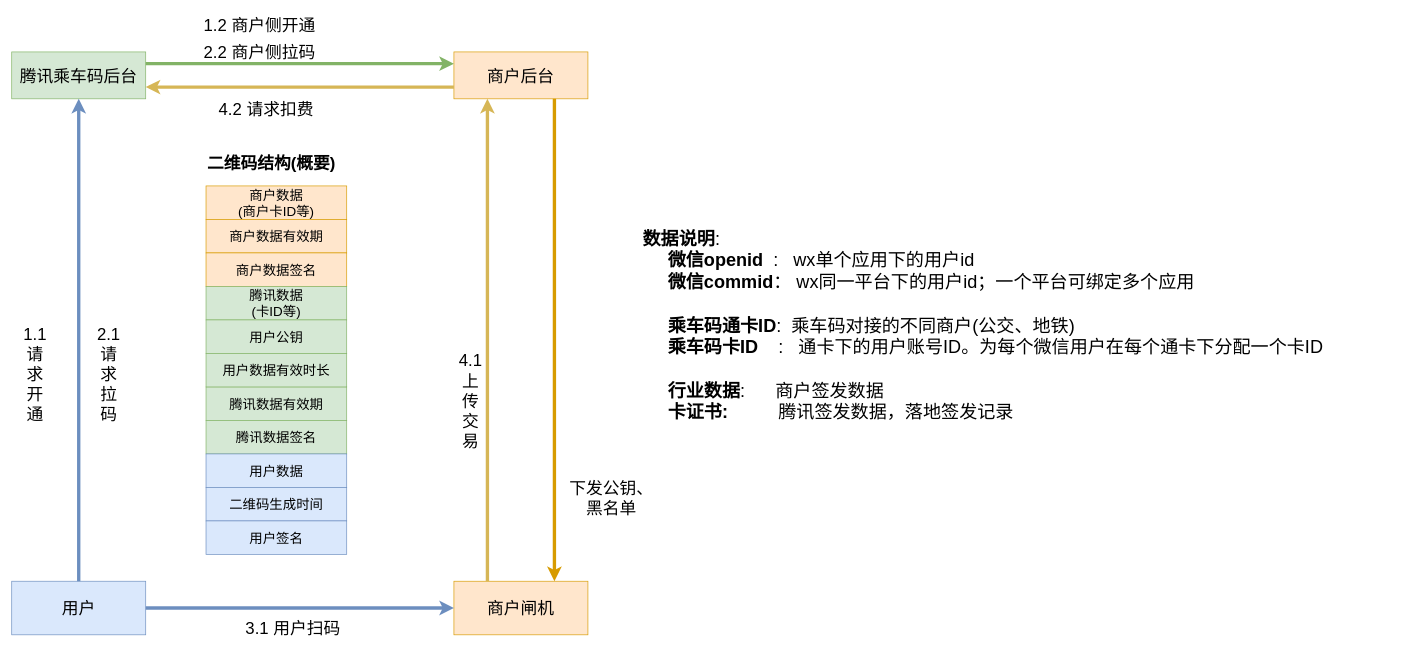
Tiny-VS-Lina/study keeps this draw.io diagram as page "流程说明" (1 of 5) of drawio/ccm.drawio. Above is the earlier version. Source tidied: cells renumbered, new cells numbered last; positions are measured from the earlier drawing's top-left corner, leaving out a move shared by most shapes. Both pictures are drawn from the tidied source at 67%, with x=0, y=0 at pixel (11, 11).
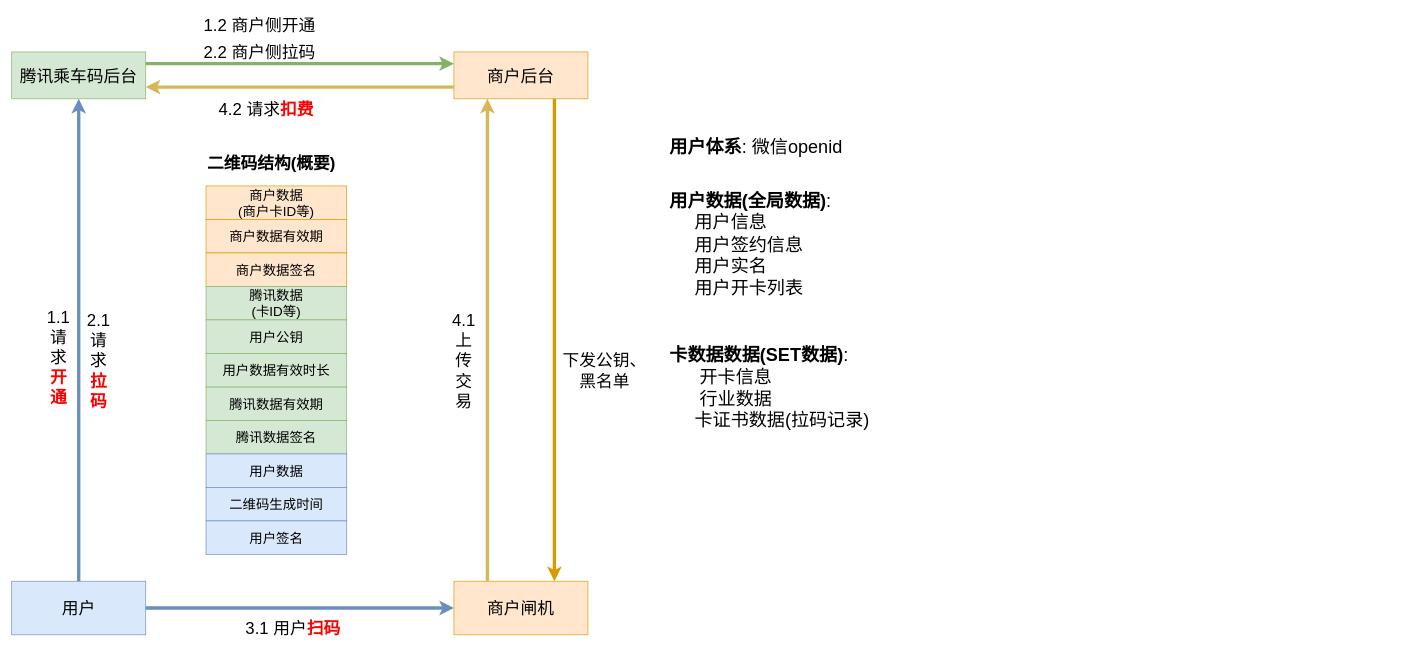
After the change.

The edit, as a diff of the source:
```diff
@@
-    <mxCell id="25" value="1.1请求开通" style="text;html=1;strokeColor=none;fillColor=none;align=center;verticalAlign=middle;whiteSpace=wrap;rounded=0;fontSize=25;" parent="1" vertex="1">
-      <mxGeometry x="10" y="460" width="50" height="160" as="geometry" />
+    <mxCell id="25" value="1.1请&lt;br&gt;求&lt;br&gt;&lt;b&gt;&lt;font color=&quot;#ff0000&quot;&gt;开&lt;br&gt;通&lt;/font&gt;&lt;/b&gt;" style="text;html=1;strokeColor=none;fillColor=none;align=center;verticalAlign=middle;whiteSpace=wrap;rounded=0;fontSize=25;" parent="1" vertex="1">
+      <mxGeometry x="50" y="390" width="40" height="250" as="geometry" />
     </mxCell>
-    <mxCell id="26" value="2.1请求拉码" style="text;html=1;strokeColor=none;fillColor=none;align=center;verticalAlign=middle;whiteSpace=wrap;rounded=0;fontSize=25;" parent="1" vertex="1">
-      <mxGeometry x="120" y="460" width="50" height="160" as="geometry" />
+    <mxCell id="26" value="2.1请&lt;br&gt;求&lt;br&gt;&lt;b&gt;&lt;font color=&quot;#ff0000&quot;&gt;拉&lt;br&gt;码&lt;/font&gt;&lt;/b&gt;" style="text;html=1;strokeColor=none;fillColor=none;align=center;verticalAlign=middle;whiteSpace=wrap;rounded=0;fontSize=25;" parent="1" vertex="1">
+      <mxGeometry x="100" y="390" width="60" height="260" as="geometry" />
     </mxCell>
@@
-    <mxCell id="29" value="3.1 用户扫码" style="text;html=1;strokeColor=none;fillColor=none;align=center;verticalAlign=middle;whiteSpace=wrap;rounded=0;fontSize=25;" parent="1" vertex="1">
+    <mxCell id="29" value="3.1 用户&lt;font color=&quot;#ff0000&quot;&gt;&lt;b&gt;扫码&lt;/b&gt;&lt;/font&gt;" style="text;html=1;strokeColor=none;fillColor=none;align=center;verticalAlign=middle;whiteSpace=wrap;rounded=0;fontSize=25;" parent="1" vertex="1">
       <mxGeometry x="300" y="900" width="240" height="40" as="geometry" />
     </mxCell>
     <mxCell id="30" value="4.1 上传交易" style="text;html=1;strokeColor=none;fillColor=none;align=center;verticalAlign=middle;whiteSpace=wrap;rounded=0;fontSize=25;" parent="1" vertex="1">
-      <mxGeometry x="660" y="490" width="50" height="180" as="geometry" />
+      <mxGeometry x="650" y="430" width="50" height="180" as="geometry" />
     </mxCell>
-    <mxCell id="31" value="4.2 请求扣费" style="text;html=1;strokeColor=none;fillColor=none;align=center;verticalAlign=middle;whiteSpace=wrap;rounded=0;fontSize=25;" parent="1" vertex="1">
+    <mxCell id="31" value="4.2 请求&lt;b&gt;&lt;font color=&quot;#ff0000&quot;&gt;扣费&lt;/font&gt;&lt;/b&gt;" style="text;html=1;strokeColor=none;fillColor=none;align=center;verticalAlign=middle;whiteSpace=wrap;rounded=0;fontSize=25;" parent="1" vertex="1">
       <mxGeometry x="270" y="130" width="220" height="30" as="geometry" />
     </mxCell>
-    <mxCell id="32" value="&lt;font style=&quot;font-size: 27px;&quot;&gt;&lt;b style=&quot;font-size: 27px;&quot;&gt;&lt;font style=&quot;font-size: 27px;&quot;&gt;数据说明&lt;/font&gt;&lt;/b&gt;&lt;span style=&quot;font-size: 27px;&quot;&gt;:&lt;/span&gt;&lt;br style=&quot;font-size: 27px;&quot;&gt;&lt;span style=&quot;font-size: 27px;&quot;&gt;&amp;nbsp; &amp;nbsp; &lt;b style=&quot;font-size: 27px;&quot;&gt;&amp;nbsp;微信openid&lt;/b&gt;&amp;nbsp; :&amp;nbsp; &amp;nbsp;wx单个应用下的用户id&lt;/span&gt;&lt;br style=&quot;font-size: 27px;&quot;&gt;&lt;span style=&quot;font-size: 27px;&quot;&gt;&amp;nbsp; &amp;nbsp; &amp;nbsp;&lt;b style=&quot;font-size: 27px;&quot;&gt;微信commid&lt;/b&gt;： wx同一平台下的用户id；一个平台可绑定多个应用&lt;br style=&quot;font-size: 27px;&quot;&gt;&amp;nbsp;&lt;br&gt;&amp;nbsp; &amp;nbsp; &amp;nbsp;&lt;b style=&quot;font-size: 27px;&quot;&gt;乘车码通卡ID&lt;/b&gt;:&amp;nbsp; 乘车码对接的不同商户(公交、地铁)&lt;br style=&quot;font-size: 27px;&quot;&gt;&amp;nbsp; &amp;nbsp; &amp;nbsp;&lt;b&gt;乘车码卡ID&amp;nbsp; &amp;nbsp;&amp;nbsp;&lt;/b&gt;:&amp;nbsp; &amp;nbsp;通卡下的用户账号ID。为每个微信用户在每个通卡下分配一个卡ID&lt;br&gt;&lt;/span&gt;&lt;br&gt;&amp;nbsp;&amp;nbsp; &amp;nbsp;&amp;nbsp;&lt;b&gt;行业数据&lt;/b&gt;:&amp;nbsp; &amp;nbsp; &amp;nbsp; 商户签发数据&lt;br&gt;&amp;nbsp; &amp;nbsp; &amp;nbsp;&lt;b&gt;卡证书:&amp;nbsp; &amp;nbsp; &amp;nbsp; &amp;nbsp; &amp;nbsp;&lt;/b&gt; 腾讯签发数据，落地签发记录&lt;br style=&quot;font-size: 27px;&quot;&gt;&lt;/font&gt;" style="text;html=1;strokeColor=none;fillColor=none;align=left;verticalAlign=top;whiteSpace=wrap;rounded=0;fontSize=27;spacingTop=0;spacing=2;spacingBottom=10;" parent="1" vertex="1">
-      <mxGeometry x="940" y="316" width="1140" height="324" as="geometry" />
+    <mxCell id="32" value="&lt;font style=&quot;font-size: 27px;&quot;&gt;&lt;b&gt;用户体系&lt;/b&gt;: 微信openid&lt;br style=&quot;font-size: 27px;&quot;&gt;&lt;/font&gt;" style="text;html=1;strokeColor=none;fillColor=none;align=left;verticalAlign=top;whiteSpace=wrap;rounded=0;fontSize=27;spacingTop=0;spacing=2;spacingBottom=10;" parent="1" vertex="1">
+      <mxGeometry x="980" y="180" width="350" height="50" as="geometry" />
     </mxCell>
     <mxCell id="33" value="下发公钥、黑名单" style="text;html=1;strokeColor=none;fillColor=none;align=center;verticalAlign=middle;whiteSpace=wrap;rounded=0;fontSize=25;" parent="1" vertex="1">
-      <mxGeometry x="830" y="680" width="130" height="90" as="geometry" />
+      <mxGeometry x="820" y="490" width="130" height="90" as="geometry" />
     </mxCell>
+    <mxCell id="34" value="&lt;font style=&quot;font-size: 27px;&quot;&gt;&lt;span style=&quot;font-size: 27px;&quot;&gt;&lt;b&gt;用户数据(全局数据)&lt;/b&gt;:&lt;/span&gt;&lt;br style=&quot;font-size: 27px;&quot;&gt;&lt;span style=&quot;font-size: 27px;&quot;&gt;&amp;nbsp; &amp;nbsp; &lt;b style=&quot;font-size: 27px;&quot;&gt;&amp;nbsp;&lt;/b&gt;&lt;span style=&quot;font-size: 27px;&quot;&gt;用户信息&lt;br&gt;&lt;/span&gt;&lt;/span&gt;&amp;nbsp; &amp;nbsp; &amp;nbsp;用户签约信息&lt;br&gt;&amp;nbsp; &amp;nbsp; &amp;nbsp;用户实名&lt;br&gt;&amp;nbsp; &amp;nbsp; &amp;nbsp;用户开卡列表&lt;br style=&quot;font-size: 27px;&quot;&gt;&lt;/font&gt;" style="text;html=1;strokeColor=none;fillColor=none;align=left;verticalAlign=top;whiteSpace=wrap;rounded=0;fontSize=27;spacingTop=0;spacing=2;spacingBottom=10;" parent="1" vertex="1">
+      <mxGeometry x="980" y="260" width="300" height="190" as="geometry" />
+    </mxCell>
+    <mxCell id="35" value="&lt;font style=&quot;font-size: 27px;&quot;&gt;&lt;span style=&quot;font-size: 27px;&quot;&gt;&lt;b&gt;卡数据数据(SET数据)&lt;/b&gt;:&lt;/span&gt;&lt;br style=&quot;font-size: 27px;&quot;&gt;&lt;span style=&quot;font-size: 27px;&quot;&gt;&amp;nbsp; &amp;nbsp; &lt;b style=&quot;font-size: 27px;&quot;&gt;&amp;nbsp;&amp;nbsp;&lt;/b&gt;&lt;span style=&quot;font-size: 27px;&quot;&gt;开卡&lt;/span&gt;&lt;span style=&quot;font-size: 27px;&quot;&gt;信息&lt;br&gt;&lt;/span&gt;&lt;/span&gt;&amp;nbsp; &amp;nbsp; &amp;nbsp; 行业数据&lt;br&gt;&amp;nbsp; &amp;nbsp; &amp;nbsp;卡证书数据(拉码记录)&lt;br style=&quot;font-size: 27px;&quot;&gt;&lt;/font&gt;" style="text;html=1;strokeColor=none;fillColor=none;align=left;verticalAlign=top;whiteSpace=wrap;rounded=0;fontSize=27;spacingTop=0;spacing=2;spacingBottom=10;" parent="1" vertex="1">
+      <mxGeometry x="980" y="490" width="340" height="170" as="geometry" />
+    </mxCell>
```
